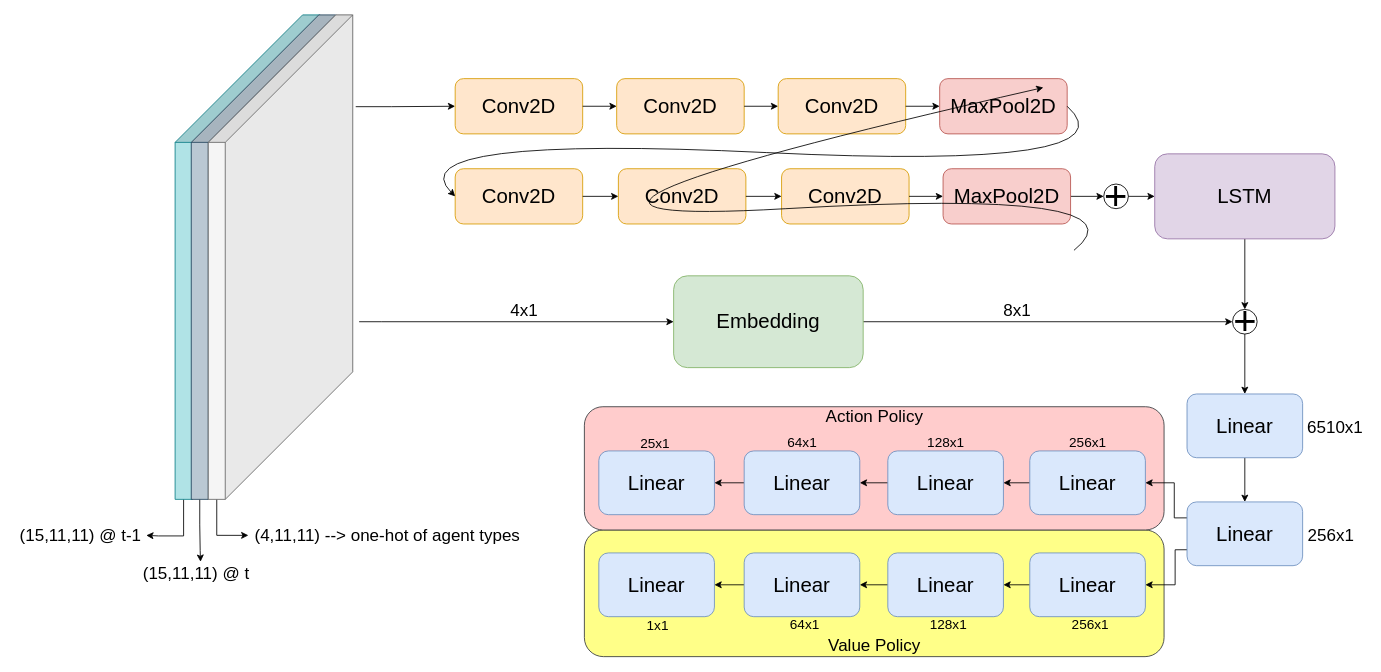
FilipinoGambino/FilipinoGambino.github.io keeps this draw.io diagram as assets/images/cnn_emb_lstm.drawio. Above is the earlier version. Source tidied: cells renumbered, new cells numbered last; positions are measured from the earlier drawing's top-left corner, leaving out a move shared by most shapes. Both pictures are drawn from the tidied source at 85%, with x=0, y=0 at pixel (14, 14).
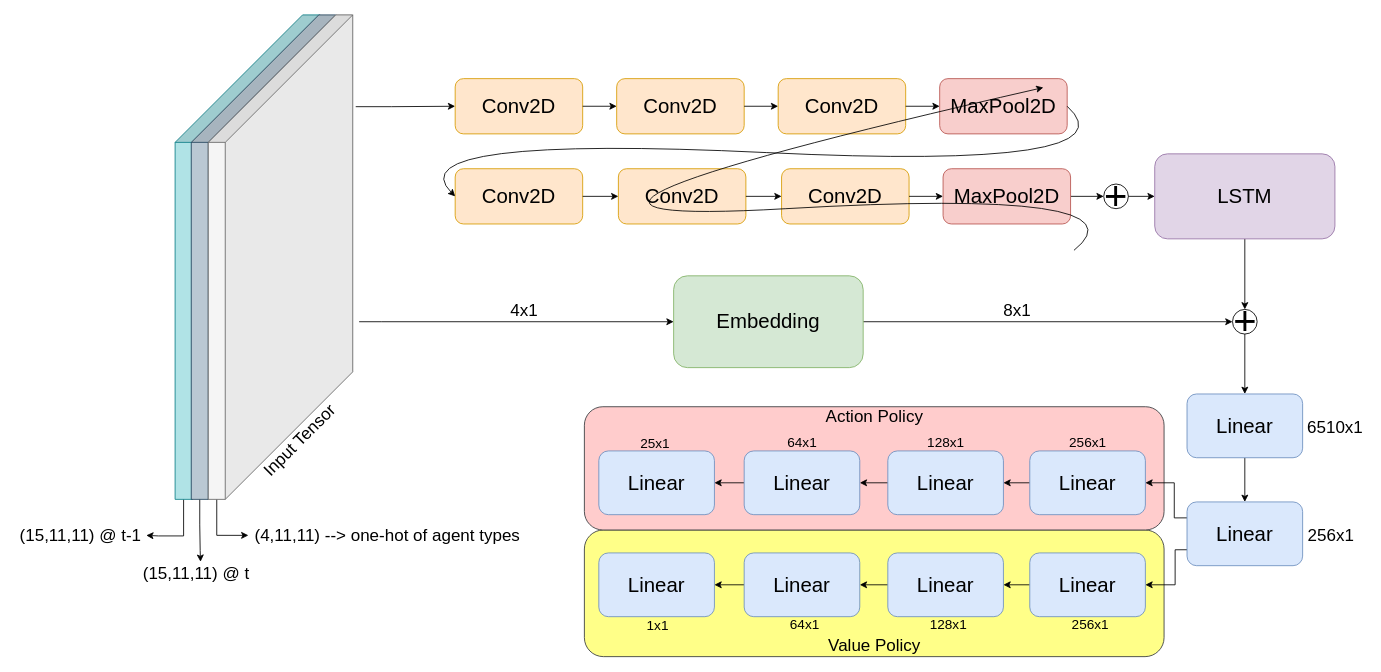
Above is the later version.

Change to the diagram source:
```diff
@@
+    <mxCell id="73" value="Input Tensor" style="text;html=1;align=center;verticalAlign=middle;strokeColor=none;fillColor=none;fontSize=20;rotation=-45;" parent="1" vertex="1">
+      <mxGeometry x="274" y="486" width="120" height="28" as="geometry" />
+    </mxCell>
```
